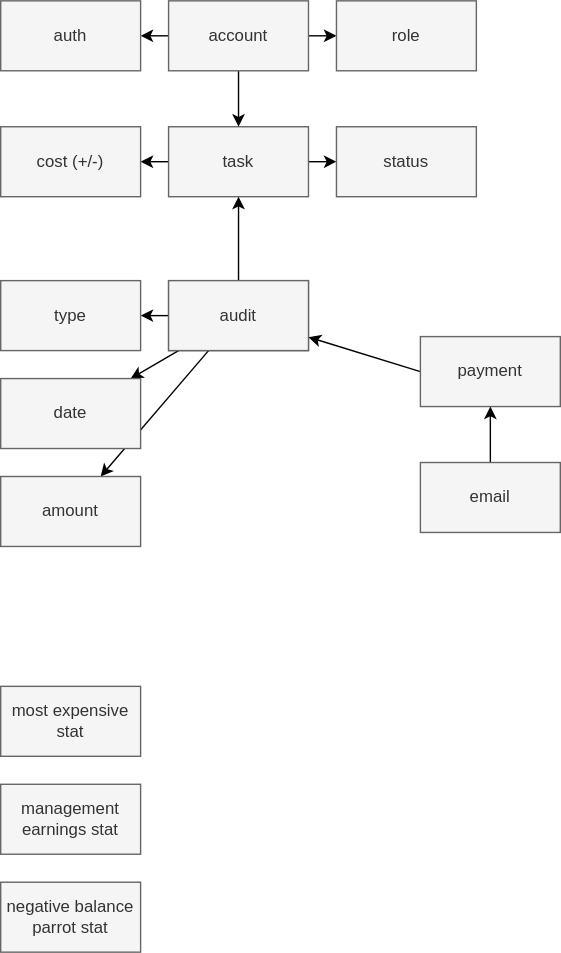
Before: diagrams/2_data_model.svg, a diagram exported from draw.io (stroykova/aTES). Source tidied: cells renumbered, new cells last; positions are measured from the earlier drawing's top-left corner, leaving out a move shared by most shapes. Source of this version:
```xml
<mxGraphModel>
  <root>
    <mxCell id="0" />
    <mxCell id="1" parent="0" />
    <mxCell id="2" style="edgeStyle=none;html=1;" parent="1" edge="1" source="5" target="6">
      <mxGeometry relative="1" as="geometry" />
    </mxCell>
    <mxCell id="3" style="edgeStyle=none;html=1;" parent="1" edge="1" source="5" target="7">
      <mxGeometry relative="1" as="geometry" />
    </mxCell>
    <mxCell id="4" style="edgeStyle=none;html=1;" parent="1" edge="1" source="5" target="10">
      <mxGeometry relative="1" as="geometry" />
    </mxCell>
    <mxCell id="5" value="account" style="rounded=0;whiteSpace=wrap;html=1;fillColor=#f5f5f5;fontColor=#333333;strokeColor=#666666;" parent="1" vertex="1">
      <mxGeometry x="120" width="100" height="50" as="geometry" />
    </mxCell>
    <mxCell id="6" value="role" style="rounded=0;whiteSpace=wrap;html=1;fillColor=#f5f5f5;fontColor=#333333;strokeColor=#666666;" parent="1" vertex="1">
      <mxGeometry x="240" width="100" height="50" as="geometry" />
    </mxCell>
    <mxCell id="7" value="auth" style="rounded=0;whiteSpace=wrap;html=1;fillColor=#f5f5f5;fontColor=#333333;strokeColor=#666666;" parent="1" vertex="1">
      <mxGeometry width="100" height="50" as="geometry" />
    </mxCell>
    <mxCell id="8" style="edgeStyle=none;html=1;" parent="1" edge="1" source="10" target="11">
      <mxGeometry relative="1" as="geometry" />
    </mxCell>
    <mxCell id="9" style="edgeStyle=none;html=1;entryX=0;entryY=0.5;entryDx=0;entryDy=0;" parent="1" edge="1" source="10" target="13">
      <mxGeometry relative="1" as="geometry" />
    </mxCell>
    <mxCell id="10" value="task" style="rounded=0;whiteSpace=wrap;html=1;fillColor=#f5f5f5;fontColor=#333333;strokeColor=#666666;" parent="1" vertex="1">
      <mxGeometry x="120" y="90" width="100" height="50" as="geometry" />
    </mxCell>
    <mxCell id="11" value="cost (+/-)" style="rounded=0;whiteSpace=wrap;html=1;fillColor=#f5f5f5;fontColor=#333333;strokeColor=#666666;" parent="1" vertex="1">
      <mxGeometry y="90" width="100" height="50" as="geometry" />
    </mxCell>
    <mxCell id="12" value="audit" style="rounded=0;whiteSpace=wrap;html=1;fillColor=#f5f5f5;fontColor=#333333;strokeColor=#666666;" parent="1" vertex="1">
      <mxGeometry x="120" y="200" width="100" height="50" as="geometry" />
    </mxCell>
    <mxCell id="13" value="status" style="rounded=0;whiteSpace=wrap;html=1;fillColor=#f5f5f5;fontColor=#333333;strokeColor=#666666;" parent="1" vertex="1">
      <mxGeometry x="240" y="90" width="100" height="50" as="geometry" />
    </mxCell>
    <mxCell id="14" style="edgeStyle=none;html=1;exitX=0;exitY=0.5;exitDx=0;exitDy=0;entryX=1;entryY=0.5;entryDx=0;entryDy=0;" parent="1" edge="1" source="18" target="19">
      <mxGeometry relative="1" as="geometry" />
    </mxCell>
    <mxCell id="15" style="edgeStyle=none;html=1;" parent="1" edge="1" source="18" target="20">
      <mxGeometry relative="1" as="geometry" />
    </mxCell>
    <mxCell id="16" style="edgeStyle=none;html=1;" parent="1" edge="1" source="18" target="21">
      <mxGeometry relative="1" as="geometry" />
    </mxCell>
    <mxCell id="17" style="edgeStyle=none;html=1;exitX=0.5;exitY=0;exitDx=0;exitDy=0;entryX=0.5;entryY=1;entryDx=0;entryDy=0;" parent="1" edge="1" source="18" target="10">
      <mxGeometry relative="1" as="geometry" />
    </mxCell>
    <mxCell id="18" value="audit" style="rounded=0;whiteSpace=wrap;html=1;fillColor=#f5f5f5;fontColor=#333333;strokeColor=#666666;" parent="1" vertex="1">
      <mxGeometry x="120" y="200" width="100" height="50" as="geometry" />
    </mxCell>
    <mxCell id="19" value="type" style="rounded=0;whiteSpace=wrap;html=1;fillColor=#f5f5f5;fontColor=#333333;strokeColor=#666666;" parent="1" vertex="1">
      <mxGeometry y="200" width="100" height="50" as="geometry" />
    </mxCell>
    <mxCell id="20" value="amount" style="rounded=0;whiteSpace=wrap;html=1;fillColor=#f5f5f5;fontColor=#333333;strokeColor=#666666;" parent="1" vertex="1">
      <mxGeometry y="340" width="100" height="50" as="geometry" />
    </mxCell>
    <mxCell id="21" value="date" style="rounded=0;whiteSpace=wrap;html=1;fillColor=#f5f5f5;fontColor=#333333;strokeColor=#666666;" parent="1" vertex="1">
      <mxGeometry y="270" width="100" height="50" as="geometry" />
    </mxCell>
    <mxCell id="22" value="most expensive stat" style="rounded=0;whiteSpace=wrap;html=1;fillColor=#f5f5f5;fontColor=#333333;strokeColor=#666666;" parent="1" vertex="1">
      <mxGeometry y="490" width="100" height="50" as="geometry" />
    </mxCell>
    <mxCell id="23" value="management earnings stat" style="rounded=0;whiteSpace=wrap;html=1;fillColor=#f5f5f5;fontColor=#333333;strokeColor=#666666;" parent="1" vertex="1">
      <mxGeometry y="560" width="100" height="50" as="geometry" />
    </mxCell>
    <mxCell id="24" value="negative balance parrot stat" style="rounded=0;whiteSpace=wrap;html=1;fillColor=#f5f5f5;fontColor=#333333;strokeColor=#666666;" parent="1" vertex="1">
      <mxGeometry y="630" width="100" height="50" as="geometry" />
    </mxCell>
    <mxCell id="25" style="edgeStyle=none;html=1;exitX=0;exitY=0.5;exitDx=0;exitDy=0;" parent="1" edge="1" source="26" target="18">
      <mxGeometry relative="1" as="geometry" />
    </mxCell>
    <mxCell id="26" value="payment" style="rounded=0;whiteSpace=wrap;html=1;fillColor=#f5f5f5;fontColor=#333333;strokeColor=#666666;" parent="1" vertex="1">
      <mxGeometry x="300" y="240" width="100" height="50" as="geometry" />
    </mxCell>
    <mxCell id="27" style="edgeStyle=none;html=1;exitX=0.5;exitY=0;exitDx=0;exitDy=0;entryX=0.5;entryY=1;entryDx=0;entryDy=0;" parent="1" edge="1" source="28" target="26">
      <mxGeometry relative="1" as="geometry" />
    </mxCell>
    <mxCell id="28" value="email" style="rounded=0;whiteSpace=wrap;html=1;fillColor=#f5f5f5;fontColor=#333333;strokeColor=#666666;" parent="1" vertex="1">
      <mxGeometry x="300" y="330" width="100" height="50" as="geometry" />
    </mxCell>
  </root>
</mxGraphModel>
```
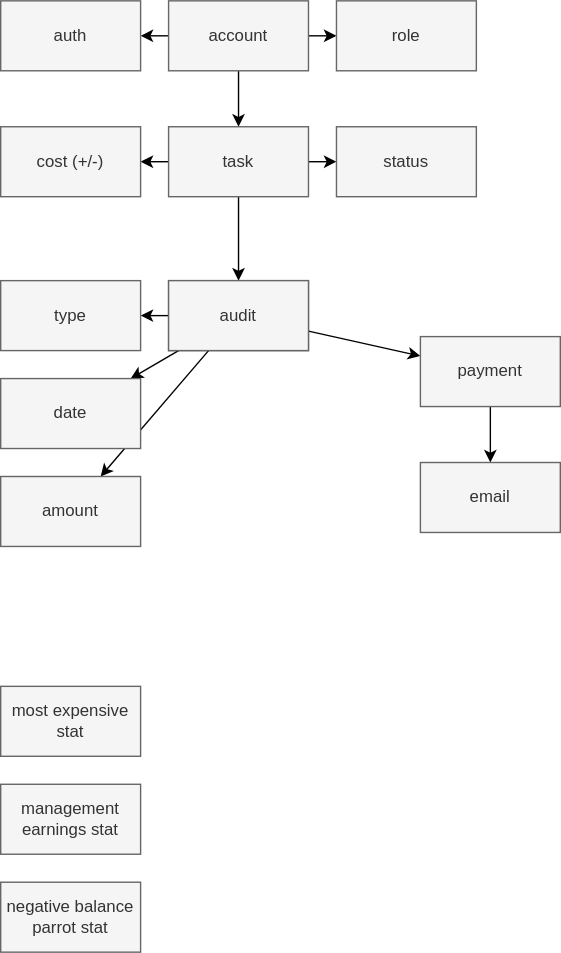
Later version of the same file.

What changed in the source:
```diff
@@ -26,6 +26,9 @@
     <mxCell id="9" style="edgeStyle=none;html=1;entryX=0;entryY=0.5;entryDx=0;entryDy=0;" parent="1" edge="1" source="10" target="13">
       <mxGeometry relative="1" as="geometry" />
     </mxCell>
+    <mxCell id="17" style="edgeStyle=none;html=1;" parent="1" edge="1" source="10" target="18">
+      <mxGeometry relative="1" as="geometry" />
+    </mxCell>
     <mxCell id="10" value="task" style="rounded=0;whiteSpace=wrap;html=1;fillColor=#f5f5f5;fontColor=#333333;strokeColor=#666666;" parent="1" vertex="1">
       <mxGeometry x="120" y="90" width="100" height="50" as="geometry" />
     </mxCell>
@@ -47,9 +50,9 @@
     <mxCell id="16" style="edgeStyle=none;html=1;" parent="1" edge="1" source="18" target="21">
       <mxGeometry relative="1" as="geometry" />
     </mxCell>
-    <mxCell id="17" style="edgeStyle=none;html=1;exitX=0.5;exitY=0;exitDx=0;exitDy=0;entryX=0.5;entryY=1;entryDx=0;entryDy=0;" parent="1" edge="1" source="18" target="10">
-      <mxGeometry relative="1" as="geometry" />
-    </mxCell>
+    <mxCell id="29" style="edgeStyle=none;html=1;" parent="1" edge="1" source="18" target="26">
+      <mxGeometry relative="1" as="geometry" />
+    </mxCell>
     <mxCell id="18" value="audit" style="rounded=0;whiteSpace=wrap;html=1;fillColor=#f5f5f5;fontColor=#333333;strokeColor=#666666;" parent="1" vertex="1">
       <mxGeometry x="120" y="200" width="100" height="50" as="geometry" />
     </mxCell>
@@ -71,15 +74,12 @@
     <mxCell id="24" value="negative balance parrot stat" style="rounded=0;whiteSpace=wrap;html=1;fillColor=#f5f5f5;fontColor=#333333;strokeColor=#666666;" parent="1" vertex="1">
       <mxGeometry y="630" width="100" height="50" as="geometry" />
     </mxCell>
-    <mxCell id="25" style="edgeStyle=none;html=1;exitX=0;exitY=0.5;exitDx=0;exitDy=0;" parent="1" edge="1" source="26" target="18">
-      <mxGeometry relative="1" as="geometry" />
-    </mxCell>
+    <mxCell id="30" style="edgeStyle=none;html=1;" parent="1" edge="1" source="26" target="28">
+      <mxGeometry relative="1" as="geometry" />
+    </mxCell>
     <mxCell id="26" value="payment" style="rounded=0;whiteSpace=wrap;html=1;fillColor=#f5f5f5;fontColor=#333333;strokeColor=#666666;" parent="1" vertex="1">
       <mxGeometry x="300" y="240" width="100" height="50" as="geometry" />
     </mxCell>
-    <mxCell id="27" style="edgeStyle=none;html=1;exitX=0.5;exitY=0;exitDx=0;exitDy=0;entryX=0.5;entryY=1;entryDx=0;entryDy=0;" parent="1" edge="1" source="28" target="26">
-      <mxGeometry relative="1" as="geometry" />
-    </mxCell>
     <mxCell id="28" value="email" style="rounded=0;whiteSpace=wrap;html=1;fillColor=#f5f5f5;fontColor=#333333;strokeColor=#666666;" parent="1" vertex="1">
       <mxGeometry x="300" y="330" width="100" height="50" as="geometry" />
     </mxCell>
```
